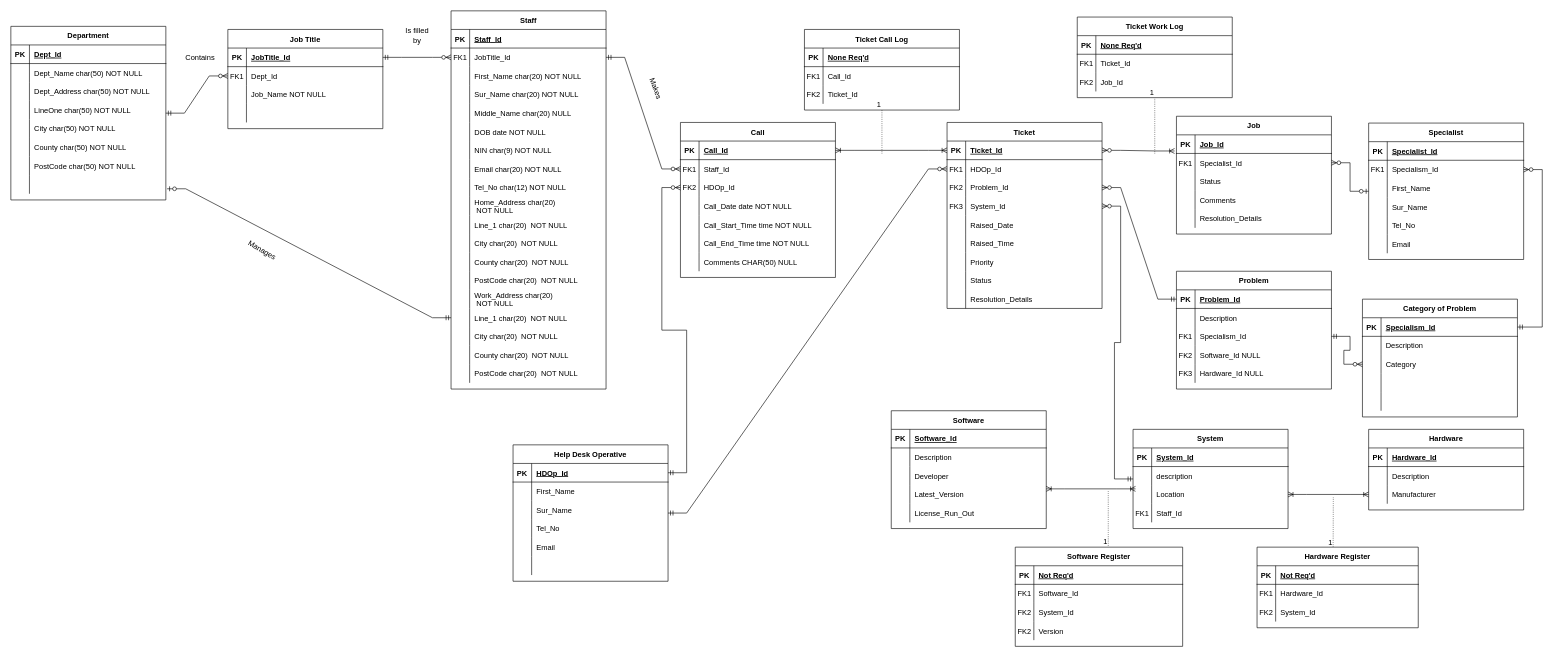
Before: Assets/Untitled Diagram.drawio in olliej111/RTS-Unit-Control, a draw.io diagram. Source tidied: cells renumbered, new cells numbered last; positions are measured from the earlier drawing's top-left corner, leaving out a move shared by most shapes. Both pictures are drawn from the tidied source at 62%, with x=0, y=0 at pixel (11, 11).
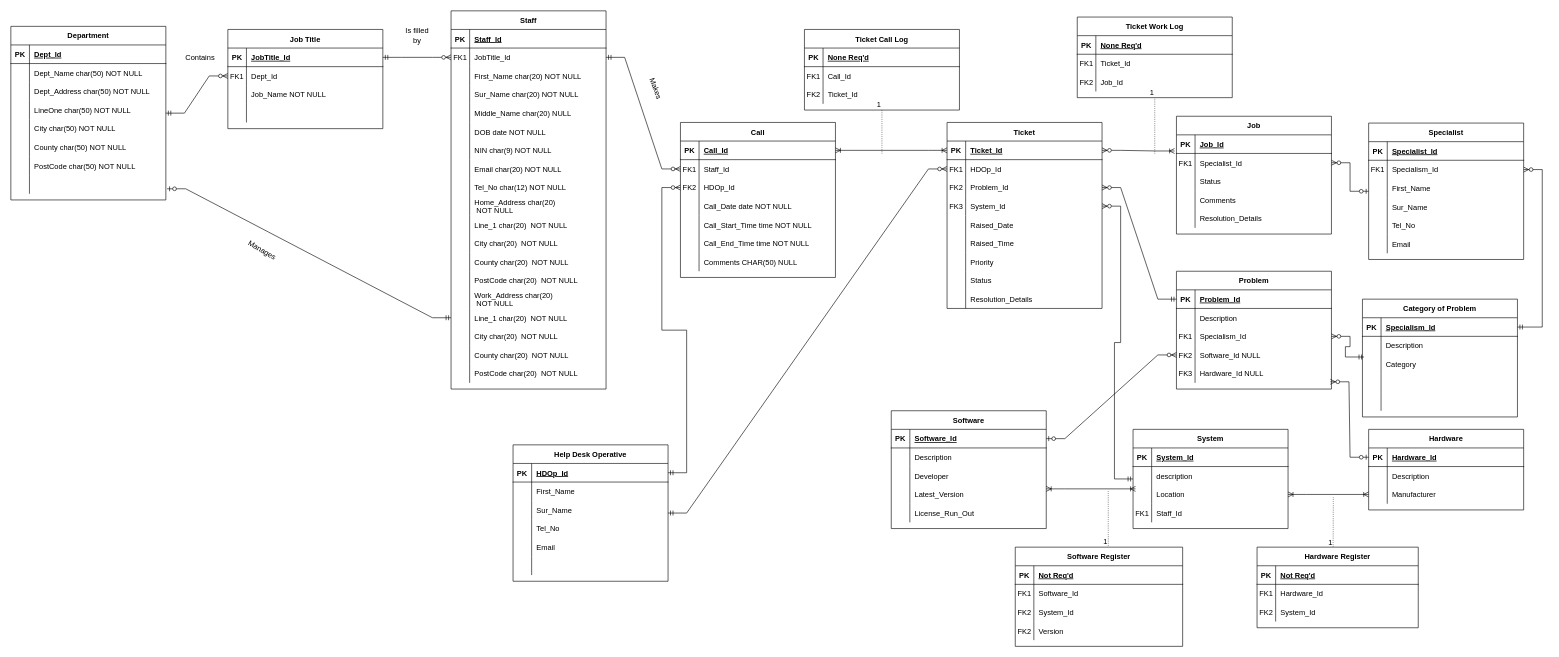
The same diagram, later.

The change refers to these unchanged cells:
```xml
<mxCell id="194" style="shape=partialRectangle;fillColor=none;points=[[0,0.5],[1,0.5]];portConstraint=eastwest;top=0;left=0;right=0;bottom=0;" parent="187" vertex="1">
  <mxGeometry y="90" width="250" height="30" as="geometry" />
</mxCell>
<mxCell id="197" style="shape=partialRectangle;fillColor=none;points=[[0,0.5],[1,0.5]];portConstraint=eastwest;top=0;left=0;right=0;bottom=0;" parent="187" vertex="1">
  <mxGeometry y="120" width="250" height="30" as="geometry" />
</mxCell>
<mxCell id="200" style="shape=partialRectangle;fillColor=none;points=[[0,0.5],[1,0.5]];portConstraint=eastwest;top=0;left=0;right=0;bottom=0;" parent="187" vertex="1">
  <mxGeometry y="150" width="250" height="30" as="geometry" />
</mxCell>
<mxCell id="217" style="shape=partialRectangle;fillColor=none;points=[[0,0.5],[1,0.5]];portConstraint=eastwest;top=0;left=0;right=0;bottom=1;" parent="216" vertex="1">
  <mxGeometry y="30" width="250" height="30" as="geometry" />
</mxCell>
<mxCell id="256" style="shape=partialRectangle;fillColor=none;points=[[0,0.5],[1,0.5]];portConstraint=eastwest;top=0;left=0;right=0;bottom=1;" parent="255" vertex="1">
  <mxGeometry y="30" width="250" height="30" as="geometry" />
</mxCell>
<mxCell id="333" style="shape=partialRectangle;fillColor=none;points=[[0,0.5],[1,0.5]];portConstraint=eastwest;top=0;left=0;right=0;bottom=0;" parent="326" vertex="1">
  <mxGeometry y="90" width="250" height="30" as="geometry" />
</mxCell>
```

Diff of the diagram source:
```diff
@@
-    <mxCell id="303" style="edgeStyle=entityRelationEdgeStyle;fontSize=12;html=1;endArrow=ERzeroToMany;startArrow=ERmandOne;rounded=0;exitX=1;exitY=0.5;exitDx=0;exitDy=0;entryX=0;entryY=0.5;entryDx=0;entryDy=0;" parent="1" edge="1" source="194" target="333">
-      <mxGeometry relative="1" as="geometry" />
-    </mxCell>
@@
+    <mxCell id="303" style="edgeStyle=entityRelationEdgeStyle;fontSize=12;html=1;endArrow=ERzeroToMany;startArrow=ERmandOne;rounded=0;exitX=0.01;exitY=0.11;exitDx=0;exitDy=0;entryX=1;entryY=0.5;entryDx=0;entryDy=0;exitPerimeter=0;" parent="1" edge="1" source="333" target="194">
+      <mxGeometry relative="1" as="geometry" />
+    </mxCell>
+    <mxCell id="343" style="edgeStyle=entityRelationEdgeStyle;fontSize=12;html=1;endArrow=ERzeroToMany;startArrow=ERzeroToOne;rounded=0;exitX=1;exitY=0.5;exitDx=0;exitDy=0;" parent="1" edge="1" source="217" target="197">
+      <mxGeometry relative="1" as="geometry" />
+    </mxCell>
+    <mxCell id="344" style="edgeStyle=entityRelationEdgeStyle;fontSize=12;html=1;endArrow=ERzeroToMany;startArrow=ERzeroToOne;rounded=0;exitX=0;exitY=0.5;exitDx=0;exitDy=0;entryX=0.993;entryY=0.943;entryDx=0;entryDy=0;entryPerimeter=0;" parent="1" edge="1" source="256" target="200">
+      <mxGeometry relative="1" as="geometry" />
+    </mxCell>
```
